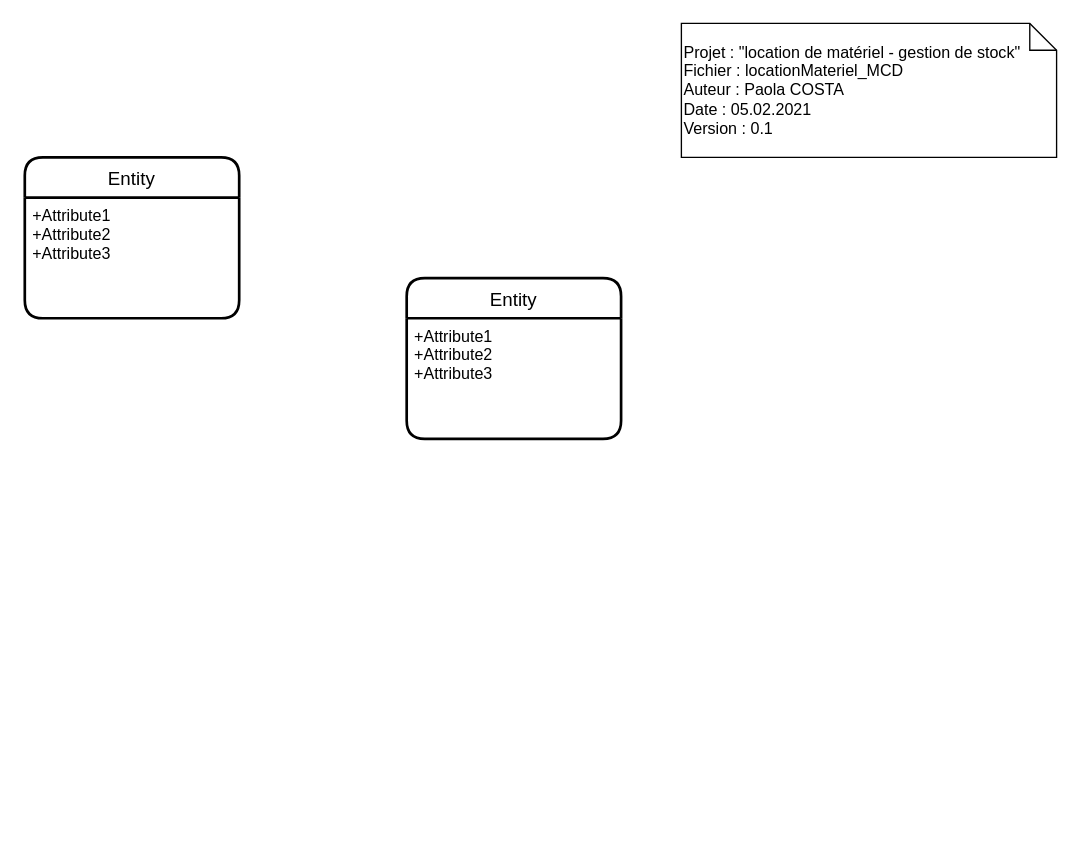
Before: fichiersModifiables/BDD/locationMateriel_MCD.drawio in AhVen98/gestionStocks_preTPI, a draw.io diagram. Source tidied: cells renumbered, new cells numbered last; positions are measured from the earlier drawing's top-left corner, leaving out a move shared by most shapes. Both pictures are drawn from the tidied source at 134%, with x=0, y=0 at pixel (24, 23).
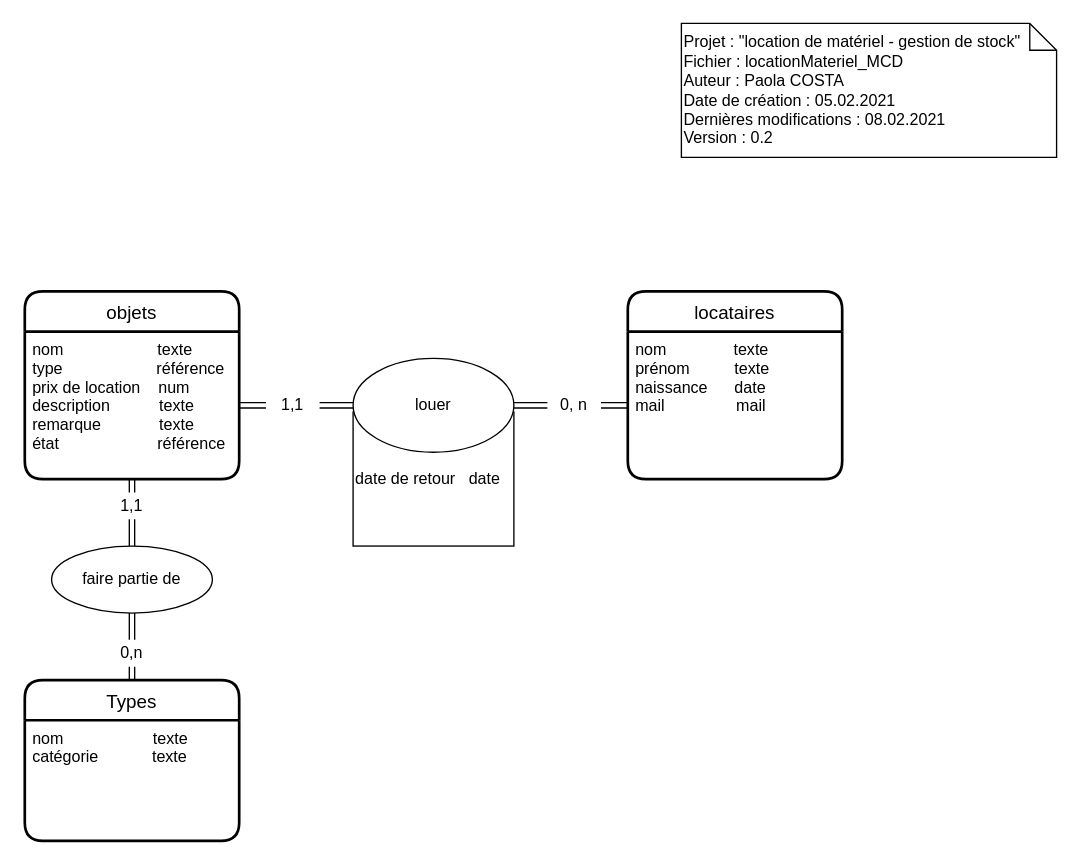
The same page after the edit.

Commit message:
avancée MCD

Diff of the diagram source:
```diff
@@
-    <mxCell id="2" value="Entity" style="swimlane;horizontal=1;startSize=30;rounded=1;fontSize=14;fontStyle=0;strokeWidth=2;shadow=0;dashed=0;align=center;" parent="1" vertex="1">
-      <mxGeometry y="100" width="160" height="120" as="geometry" />
+    <mxCell id="2" value="objets" style="swimlane;horizontal=1;startSize=30;rounded=1;fontSize=14;fontStyle=0;strokeWidth=2;shadow=0;dashed=0;align=center;" parent="1" vertex="1">
+      <mxGeometry y="200" width="160" height="140" as="geometry" />
     </mxCell>
-    <mxCell id="3" value="+Attribute1&#10;+Attribute2&#10;+Attribute3" style="align=left;strokeColor=none;fillColor=none;spacingLeft=4;fontSize=12;verticalAlign=top;" parent="2" vertex="1">
-      <mxGeometry y="30" width="160" height="90" as="geometry" />
+    <mxCell id="3" value="nom                     texte&#10;type                     référence&#10;prix de location    num&#10;description           texte&#10;remarque             texte&#10;état                      référence&#10;" style="align=left;strokeColor=none;fillColor=none;spacingLeft=4;fontSize=12;verticalAlign=top;" parent="2" vertex="1">
+      <mxGeometry y="30" width="160" height="110" as="geometry" />
     </mxCell>
-    <mxCell id="4" value="Projet : &quot;location de matériel - gestion de stock&quot;&lt;br&gt;Fichier : locationMateriel_MCD&lt;br&gt;Auteur : Paola COSTA&lt;br&gt;Date : 05.02.2021&lt;br&gt;Version : 0.1&lt;br&gt;" style="shape=note;size=20;whiteSpace=wrap;html=1;align=left;" parent="1" vertex="1">
+    <mxCell id="4" value="Projet : &quot;location de matériel - gestion de stock&quot;&lt;br&gt;Fichier : locationMateriel_MCD&lt;br&gt;Auteur : Paola COSTA&lt;br&gt;Date de création : 05.02.2021&lt;br&gt;Dernières modifications : 08.02.2021&lt;br&gt;Version : 0.2" style="shape=note;size=20;whiteSpace=wrap;html=1;align=left;" parent="1" vertex="1">
       <mxGeometry x="490" width="280" height="100" as="geometry" />
     </mxCell>
-    <mxCell id="5" value="Entity" style="swimlane;horizontal=1;startSize=30;rounded=1;fontSize=14;fontStyle=0;strokeWidth=2;shadow=0;dashed=0;align=center;" parent="1" vertex="1">
-      <mxGeometry x="285" y="190" width="160" height="120" as="geometry" />
+    <mxCell id="5" value="Types" style="swimlane;horizontal=1;startSize=30;rounded=1;fontSize=14;fontStyle=0;strokeWidth=2;shadow=0;dashed=0;align=center;" parent="1" vertex="1">
+      <mxGeometry y="490" width="160" height="120" as="geometry" />
     </mxCell>
-    <mxCell id="6" value="+Attribute1&#10;+Attribute2&#10;+Attribute3" style="align=left;strokeColor=none;fillColor=none;spacingLeft=4;fontSize=12;verticalAlign=top;" parent="5" vertex="1">
+    <mxCell id="6" value="nom                    texte&#10;catégorie            texte" style="align=left;strokeColor=none;fillColor=none;spacingLeft=4;fontSize=12;verticalAlign=top;" parent="5" vertex="1">
       <mxGeometry y="30" width="160" height="90" as="geometry" />
     </mxCell>
+    <mxCell id="7" style="edgeStyle=none;shape=link;rounded=0;jettySize=auto;html=1;exitX=0.5;exitY=1;exitDx=0;exitDy=0;" parent="1" edge="1" source="12" target="5">
+      <mxGeometry relative="1" as="geometry" />
+    </mxCell>
+    <mxCell id="8" value="faire partie de" style="ellipse;whiteSpace=wrap;html=1;" parent="1" vertex="1">
+      <mxGeometry x="20" y="390" width="120" height="50" as="geometry" />
+    </mxCell>
+    <mxCell id="9" style="edgeStyle=none;shape=link;rounded=0;jettySize=auto;html=1;exitX=0.5;exitY=1;exitDx=0;exitDy=0;" parent="1" edge="1" source="10" target="8">
+      <mxGeometry relative="1" as="geometry" />
+    </mxCell>
+    <mxCell id="10" value="1,1&lt;br&gt;" style="text;html=1;strokeColor=none;fillColor=none;align=center;verticalAlign=middle;whiteSpace=wrap;rounded=0;" parent="1" vertex="1">
+      <mxGeometry x="60" y="350" width="40" height="20" as="geometry" />
+    </mxCell>
+    <mxCell id="11" style="edgeStyle=none;shape=link;rounded=0;jettySize=auto;html=1;exitX=0.5;exitY=1;exitDx=0;exitDy=0;" parent="1" edge="1" source="3" target="10">
+      <mxGeometry relative="1" as="geometry" />
+    </mxCell>
+    <mxCell id="12" value="0,n" style="text;html=1;strokeColor=none;fillColor=none;align=center;verticalAlign=middle;whiteSpace=wrap;rounded=0;" parent="1" vertex="1">
+      <mxGeometry x="60" y="460" width="40" height="20" as="geometry" />
+    </mxCell>
+    <mxCell id="13" style="edgeStyle=none;shape=link;rounded=0;jettySize=auto;html=1;exitX=0.5;exitY=1;exitDx=0;exitDy=0;" parent="1" edge="1" source="8" target="12">
+      <mxGeometry relative="1" as="geometry" />
+    </mxCell>
+    <mxCell id="14" value="locataires" style="swimlane;horizontal=1;startSize=30;rounded=1;fontSize=14;fontStyle=0;strokeWidth=2;shadow=0;dashed=0;align=center;" parent="1" vertex="1">
+      <mxGeometry x="450" y="200" width="160" height="140" as="geometry" />
+    </mxCell>
+    <mxCell id="15" value="nom               texte&#10;prénom          texte&#10;naissance      date&#10;mail                mail " style="align=left;strokeColor=none;fillColor=none;spacingLeft=4;fontSize=12;verticalAlign=top;" parent="14" vertex="1">
+      <mxGeometry y="30" width="160" height="110" as="geometry" />
+    </mxCell>
+    <mxCell id="16" style="edgeStyle=none;shape=link;rounded=0;jettySize=auto;html=1;exitX=1;exitY=0.5;exitDx=0;exitDy=0;entryX=0;entryY=0.5;entryDx=0;entryDy=0;" parent="1" edge="1" source="22" target="15">
+      <mxGeometry relative="1" as="geometry" />
+    </mxCell>
+    <mxCell id="17" style="edgeStyle=none;shape=link;rounded=0;jettySize=auto;html=1;exitX=1;exitY=0.5;exitDx=0;exitDy=0;entryX=0;entryY=0.5;entryDx=0;entryDy=0;" parent="1" edge="1" source="20" target="19">
+      <mxGeometry relative="1" as="geometry" />
+    </mxCell>
+    <mxCell id="18" value="date de retour&amp;nbsp; &amp;nbsp;date&lt;br&gt;" style="rounded=0;whiteSpace=wrap;html=1;align=left;" parent="1" vertex="1">
+      <mxGeometry x="245" y="290" width="120" height="100" as="geometry" />
+    </mxCell>
+    <mxCell id="19" value="louer" style="ellipse;whiteSpace=wrap;html=1;" parent="1" vertex="1">
+      <mxGeometry x="245" y="250" width="120" height="70" as="geometry" />
+    </mxCell>
+    <mxCell id="20" value="1,1" style="text;html=1;strokeColor=none;fillColor=none;align=center;verticalAlign=middle;whiteSpace=wrap;rounded=0;" parent="1" vertex="1">
+      <mxGeometry x="180" y="275" width="40" height="20" as="geometry" />
+    </mxCell>
+    <mxCell id="21" style="edgeStyle=none;shape=link;rounded=0;jettySize=auto;html=1;exitX=1;exitY=0.5;exitDx=0;exitDy=0;entryX=0;entryY=0.5;entryDx=0;entryDy=0;" parent="1" edge="1" source="3" target="20">
+      <mxGeometry relative="1" as="geometry" />
+    </mxCell>
+    <mxCell id="22" value="0, n" style="text;html=1;strokeColor=none;fillColor=none;align=center;verticalAlign=middle;whiteSpace=wrap;rounded=0;" parent="1" vertex="1">
+      <mxGeometry x="390" y="275" width="40" height="20" as="geometry" />
+    </mxCell>
+    <mxCell id="23" style="edgeStyle=none;shape=link;rounded=0;jettySize=auto;html=1;exitX=1;exitY=0.5;exitDx=0;exitDy=0;entryX=0;entryY=0.5;entryDx=0;entryDy=0;" parent="1" edge="1" source="19" target="22">
+      <mxGeometry relative="1" as="geometry" />
+    </mxCell>
```
